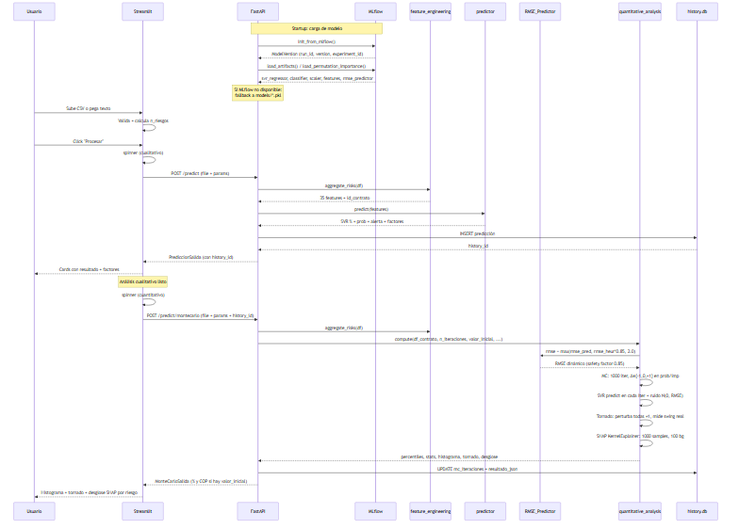
Above: docs/diagrams/8_4_flujo_de_datos_predicci_n.png in sanan1297/risk_project (Mermaid), before the change. Its source is kept beside it as docs/diagrams/8_4_flujo_de_datos_predicci_n.mmd.
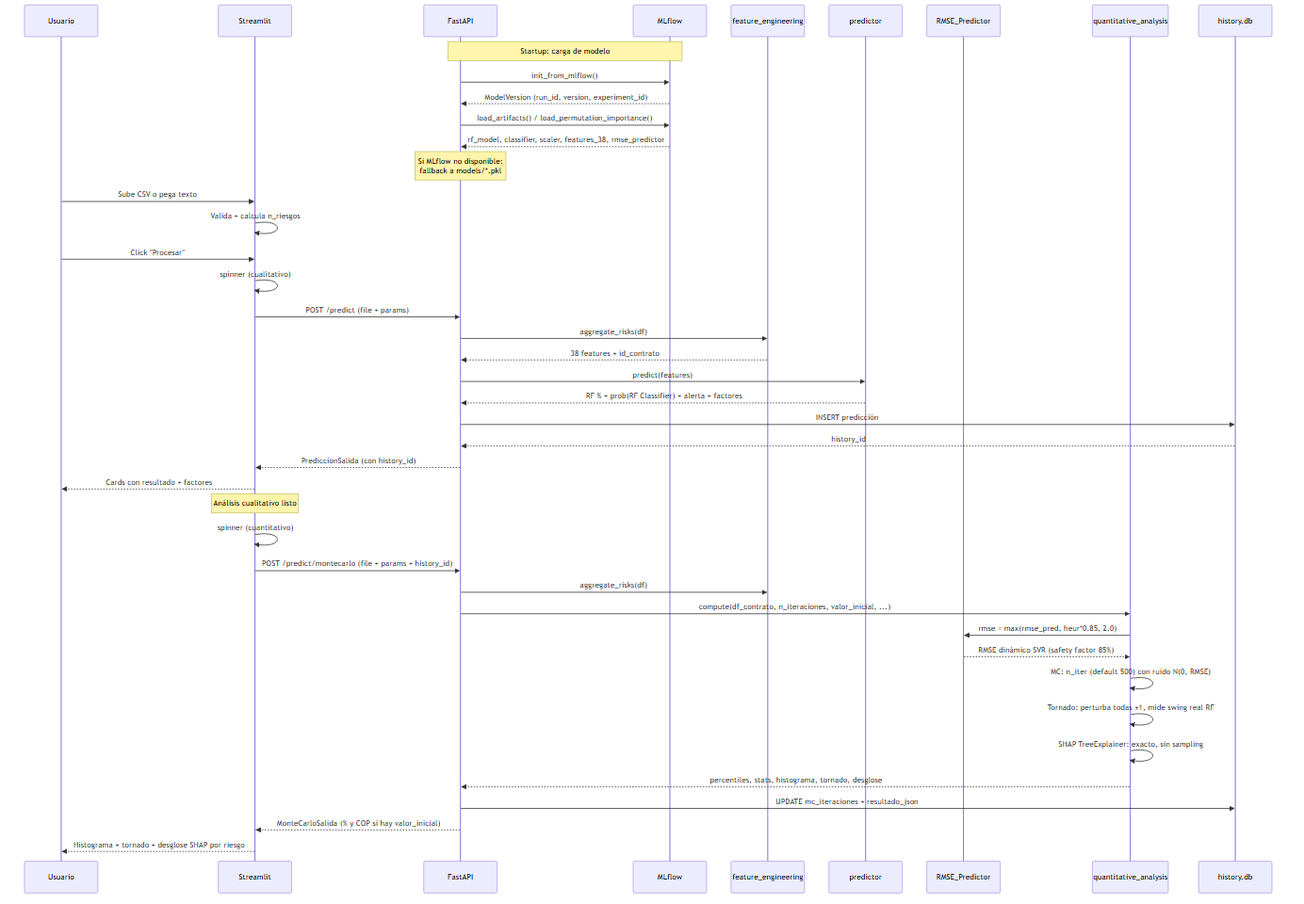
After the commit.

Change to the diagram source:
```diff
@@ -13,7 +13,7 @@
     B->>ML: init_from_mlflow()
     ML-->>B: ModelVersion (run_id, version, experiment_id)
     B->>ML: load_artifacts() / load_permutation_importance()
-    ML-->>B: svr_regressor, classifier, scaler, features, rmse_predictor
+    ML-->>B: rf_model, classifier, scaler, features_38, rmse_predictor
     Note over B: Si MLflow no disponible:<br/>fallback a models/*.pkl
 
     U->>F: Sube CSV o pega texto
@@ -22,9 +22,9 @@
     F->>F: spinner (cualitativo)
     F->>B: POST /predict (file + params)
     B->>FE: aggregate_risks(df)
-    FE-->>B: 35 features + id_contrato
+    FE-->>B: 38 features + id_contrato
     B->>P: predict(features)
-    P-->>B: SVR % + prob + alerta + factores
+    P-->>B: RF % + prob(RF Classifier) + alerta + factores
     B->>DB: INSERT predicción
     DB-->>B: history_id
     B-->>F: PrediccionSalida (con history_id)
@@ -35,12 +35,11 @@
     F->>B: POST /predict/montecarlo (file + params + history_id)
     B->>FE: aggregate_risks(df)
     B->>QA: compute(df_contrato, n_iteraciones, valor_inicial, ...)
-    QA->>RP: rmse = max(rmse_pred, rmse_heur*0.85, 2.0)
-    RP-->>QA: RMSE dinámico (safety factor 0.85)
-    QA->>QA: MC: 1000 iter, Δ∈{-1,0,+1} en prob/imp
-    QA->>QA: SVR predict en cada iter + ruido N(0, RMSE)
-    QA->>QA: Tornado: perturba todas ±1, mide swing real
-    QA->>QA: SHAP KernelExplainer: 1000 samples, 100 bg
+    QA->>RP: rmse = max(rmse_pred, heur*0.85, 2.0)
+    RP-->>QA: RMSE dinámico SVR (safety factor 85%)
+    QA->>QA: MC: n_iter (default 500) con ruido N(0, RMSE)
+    QA->>QA: Tornado: perturba todas ±1, mide swing real RF
+    QA->>QA: SHAP TreeExplainer: exacto, sin sampling
     QA-->>B: percentiles, stats, histograma, tornado, desglose
     B->>DB: UPDATE mc_iteraciones + resultado_json
     B-->>F: MonteCarloSalida (% y COP si hay valor_inicial)
```
